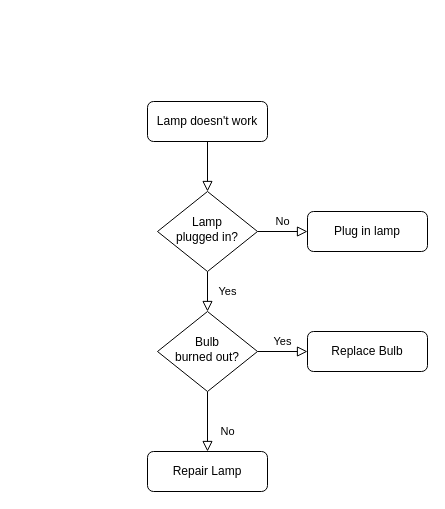
Above: project/smcp/mc/返修工单创建.drawio in YinggangDong/diagrams (draw.io), before the change. Source tidied: cells renumbered, new cells numbered last; positions are measured from the earlier drawing's top-left corner, leaving out a move shared by most shapes. Both pictures are drawn from the tidied source at 100%, with x=0, y=0 at pixel (147, 101).
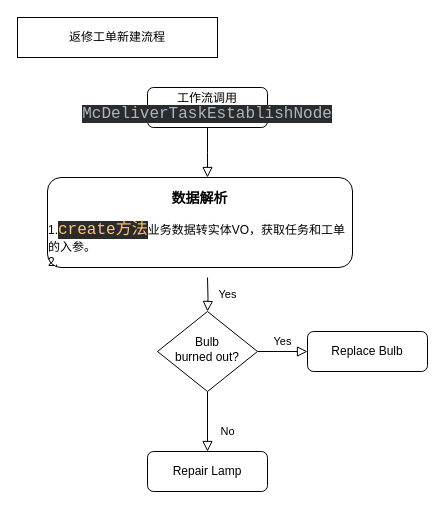
The same page after the edit.

Commit message:
Update 返修工单创建.drawio

Change to the diagram source:
```diff
@@
 <mxGraphModel>
   <root>
     <mxCell id="0" />
     <mxCell id="1" parent="0" />
-    <mxCell id="2" style="rounded=0;html=1;jettySize=auto;fontSize=11;endArrow=block;endFill=0;endSize=8;strokeWidth=1;shadow=0;labelBackgroundColor=none;edgeStyle=orthogonalEdgeStyle;" parent="1" edge="1" source="3" target="6">
-      <mxGeometry relative="1" as="geometry" />
+    <mxCell id="2" style="rounded=0;html=1;jettySize=auto;fontSize=11;endArrow=block;endFill=0;endSize=8;strokeWidth=1;shadow=0;labelBackgroundColor=none;edgeStyle=orthogonalEdgeStyle;" parent="1" edge="1" source="3">
+      <mxGeometry relative="1" as="geometry">
+        <mxPoint x="60" y="76" as="targetPoint" />
+      </mxGeometry>
     </mxCell>
-    <mxCell id="3" value="Lamp doesn't work" style="rounded=1;whiteSpace=wrap;html=1;fontSize=12;glass=0;strokeWidth=1;shadow=0;" parent="1" vertex="1">
-      <mxGeometry width="120" height="40" as="geometry" />
+    <mxCell id="3" value="工作流调用&lt;span style=&quot;background-color: rgb(43 , 43 , 43) ; color: rgb(169 , 183 , 198) ; font-family: &amp;#34;jetbrains mono&amp;#34; , monospace ; font-size: 12pt&quot;&gt;McDeliverTaskEstablishNode&lt;br&gt;&lt;/span&gt;" style="rounded=1;whiteSpace=wrap;html=1;fontSize=12;glass=0;strokeWidth=1;shadow=0;" parent="1" vertex="1">
+      <mxGeometry y="-14" width="120" height="40" as="geometry" />
     </mxCell>
-    <mxCell id="4" value="Yes" style="rounded=0;html=1;jettySize=auto;fontSize=11;endArrow=block;endFill=0;endSize=8;strokeWidth=1;shadow=0;labelBackgroundColor=none;edgeStyle=orthogonalEdgeStyle;" parent="1" edge="1" source="6" target="10">
-      <mxGeometry y="20" relative="1" as="geometry" />
+    <mxCell id="4" value="Yes" style="rounded=0;html=1;jettySize=auto;fontSize=11;endArrow=block;endFill=0;endSize=8;strokeWidth=1;shadow=0;labelBackgroundColor=none;edgeStyle=orthogonalEdgeStyle;" parent="1" edge="1" target="10">
+      <mxGeometry y="20" relative="1" as="geometry">
+        <mxPoint x="60" y="176" as="sourcePoint" />
+      </mxGeometry>
     </mxCell>
-    <mxCell id="5" value="No" style="edgeStyle=orthogonalEdgeStyle;rounded=0;html=1;jettySize=auto;fontSize=11;endArrow=block;endFill=0;endSize=8;strokeWidth=1;shadow=0;labelBackgroundColor=none;" parent="1" edge="1" source="6" target="7">
-      <mxGeometry y="10" relative="1" as="geometry" />
-    </mxCell>
-    <mxCell id="6" value="Lamp&lt;br&gt;plugged in?" style="rhombus;whiteSpace=wrap;html=1;shadow=0;fontFamily=Helvetica;fontSize=12;align=center;strokeWidth=1;spacing=6;spacingTop=-4;" parent="1" vertex="1">
-      <mxGeometry x="10" y="90" width="100" height="80" as="geometry" />
-    </mxCell>
-    <mxCell id="7" value="Plug in lamp" style="rounded=1;whiteSpace=wrap;html=1;fontSize=12;glass=0;strokeWidth=1;shadow=0;" parent="1" vertex="1">
-      <mxGeometry x="160" y="110" width="120" height="40" as="geometry" />
+    <mxCell id="7" value="&lt;h3&gt;&lt;b&gt;数据解析&lt;/b&gt;&lt;/h3&gt;&lt;div style=&quot;text-align: left&quot;&gt;&lt;span&gt;1.&lt;/span&gt;&lt;span style=&quot;color: rgb(255 , 198 , 109) ; background-color: rgb(43 , 43 , 43) ; font-family: &amp;#34;jetbrains mono&amp;#34; , monospace ; font-size: 12pt ; text-align: center&quot;&gt;create方法&lt;/span&gt;&lt;span&gt;业务数据转实体VO，获取任务和工单的入参。&lt;/span&gt;&lt;/div&gt;&lt;div style=&quot;text-align: left&quot;&gt;&lt;span&gt;2.&lt;/span&gt;&lt;/div&gt;" style="rounded=1;whiteSpace=wrap;html=1;fontSize=12;glass=0;strokeWidth=1;shadow=0;" parent="1" vertex="1">
+      <mxGeometry x="-100" y="76" width="305" height="90" as="geometry" />
     </mxCell>
     <mxCell id="8" value="No" style="rounded=0;html=1;jettySize=auto;fontSize=11;endArrow=block;endFill=0;endSize=8;strokeWidth=1;shadow=0;labelBackgroundColor=none;edgeStyle=orthogonalEdgeStyle;" parent="1" edge="1" source="10" target="11">
       <mxGeometry x="0.33" y="20" relative="1" as="geometry" />
     </mxCell>
     <mxCell id="9" value="Yes" style="edgeStyle=orthogonalEdgeStyle;rounded=0;html=1;jettySize=auto;fontSize=11;endArrow=block;endFill=0;endSize=8;strokeWidth=1;shadow=0;labelBackgroundColor=none;" parent="1" edge="1" source="10" target="12">
       <mxGeometry y="10" relative="1" as="geometry" />
     </mxCell>
     <mxCell id="10" value="Bulb&lt;br&gt;burned out?" style="rhombus;whiteSpace=wrap;html=1;shadow=0;fontFamily=Helvetica;fontSize=12;align=center;strokeWidth=1;spacing=6;spacingTop=-4;" parent="1" vertex="1">
       <mxGeometry x="10" y="210" width="100" height="80" as="geometry" />
     </mxCell>
     <mxCell id="11" value="Repair Lamp" style="rounded=1;whiteSpace=wrap;html=1;fontSize=12;glass=0;strokeWidth=1;shadow=0;" parent="1" vertex="1">
       <mxGeometry y="350" width="120" height="40" as="geometry" />
     </mxCell>
     <mxCell id="12" value="Replace Bulb" style="rounded=1;whiteSpace=wrap;html=1;fontSize=12;glass=0;strokeWidth=1;shadow=0;" parent="1" vertex="1">
       <mxGeometry x="160" y="230" width="120" height="40" as="geometry" />
     </mxCell>
+    <mxCell id="13" value="返修工单新建流程" style="rounded=0;whiteSpace=wrap;html=1;" parent="1" vertex="1">
+      <mxGeometry x="-130" y="-84" width="200" height="40" as="geometry" />
+    </mxCell>
   </root>
 </mxGraphModel>
```
